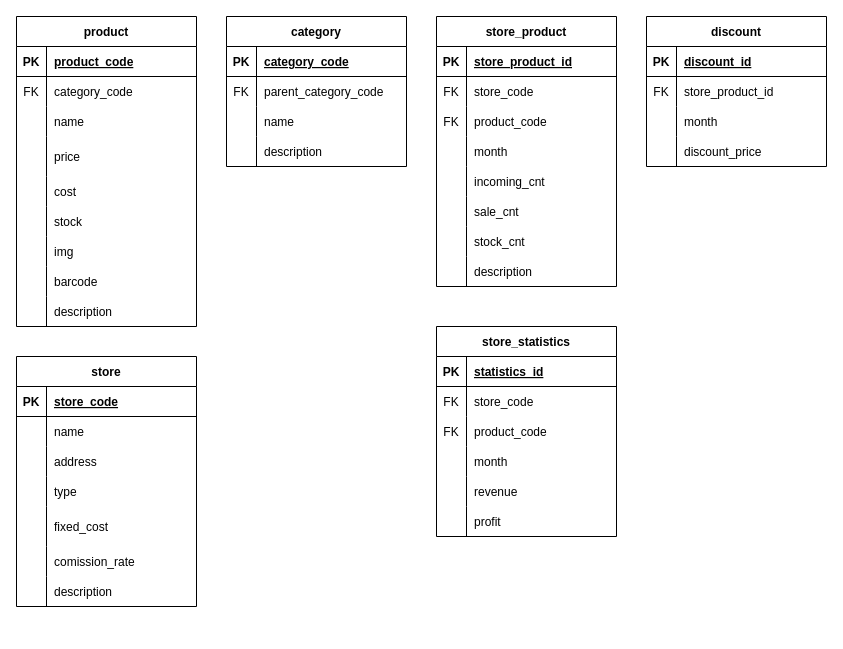
This is database/ERD.drawio from JoshRyu/logistics, a draw.io file, before an edit. Source tidied: cells renumbered, new cells numbered last; positions are measured from the earlier drawing's top-left corner, leaving out a move shared by most shapes. Both pictures are drawn from the tidied source at 100%, with x=0, y=0 at pixel (16, 16).
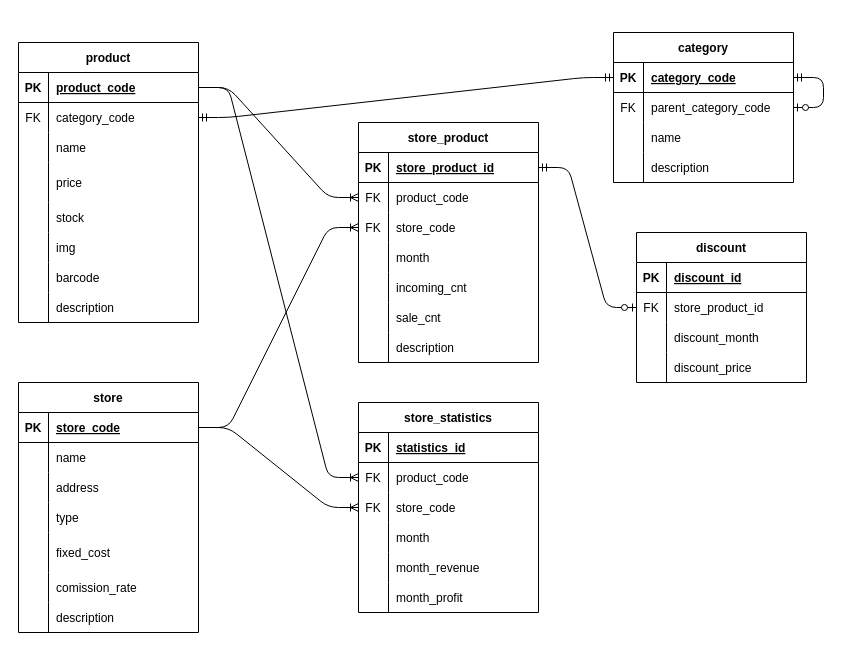
The same page after the edit.

Commit message (it also covers changes not shown here):
[docs] update ERD and readme of ERD (add pk-fk lines)

Unchanged cells that the change refers to:
```xml
<mxCell id="3" style="shape=tableRow;horizontal=0;startSize=0;swimlaneHead=0;swimlaneBody=0;fillColor=none;points=[[0,0.5],[1,0.5]];portConstraint=eastwest;top=0;left=0;right=0;bottom=1;" parent="2" vertex="1">
  <mxGeometry y="30" width="180" height="30" as="geometry" />
</mxCell>
<mxCell id="6" style="shape=tableRow;horizontal=0;startSize=0;swimlaneHead=0;swimlaneBody=0;fillColor=none;points=[[0,0.5],[1,0.5]];portConstraint=eastwest;top=0;left=0;right=0;bottom=0;" parent="2" vertex="1">
  <mxGeometry y="60" width="180" height="30" as="geometry" />
</mxCell>
<mxCell id="31" style="shape=tableRow;horizontal=0;startSize=0;swimlaneHead=0;swimlaneBody=0;fillColor=none;points=[[0,0.5],[1,0.5]];portConstraint=eastwest;top=0;left=0;right=0;bottom=1;" parent="30" vertex="1">
  <mxGeometry y="30" width="180" height="30" as="geometry" />
</mxCell>
<mxCell id="34" style="shape=tableRow;horizontal=0;startSize=0;swimlaneHead=0;swimlaneBody=0;fillColor=none;points=[[0,0.5],[1,0.5]];portConstraint=eastwest;top=0;left=0;right=0;bottom=0;" parent="30" vertex="1">
  <mxGeometry y="60" width="180" height="30" as="geometry" />
</mxCell>
<mxCell id="44" style="shape=tableRow;horizontal=0;startSize=0;swimlaneHead=0;swimlaneBody=0;fillColor=none;points=[[0,0.5],[1,0.5]];portConstraint=eastwest;top=0;left=0;right=0;bottom=1;" parent="43" vertex="1">
  <mxGeometry y="30" width="180" height="30" as="geometry" />
</mxCell>
<mxCell id="66" style="shape=tableRow;horizontal=0;startSize=0;swimlaneHead=0;swimlaneBody=0;fillColor=none;points=[[0,0.5],[1,0.5]];portConstraint=eastwest;top=0;left=0;right=0;bottom=1;" parent="65" vertex="1">
  <mxGeometry y="30" width="180" height="30" as="geometry" />
</mxCell>
<mxCell id="116" style="shape=tableRow;horizontal=0;startSize=0;swimlaneHead=0;swimlaneBody=0;fillColor=none;top=0;left=0;right=0;bottom=0;" parent="103" vertex="1">
  <mxGeometry y="150" width="180" height="30" as="geometry" />
</mxCell>
<mxCell id="119" style="shape=tableRow;horizontal=0;startSize=0;swimlaneHead=0;swimlaneBody=0;fillColor=none;top=0;left=0;right=0;bottom=0;" parent="103" vertex="1">
  <mxGeometry y="180" width="180" height="30" as="geometry" />
</mxCell>
```

What changed in the source:
```diff
@@
     <mxCell id="2" value="product" style="shape=table;startSize=30;childLayout=tableLayout;rowLines=0;fontStyle=1;align=center;" parent="1" vertex="1">
-      <mxGeometry width="180" height="310" as="geometry" />
+      <mxGeometry x="2" y="26" width="180" height="280" as="geometry" />
     </mxCell>
@@
-    <mxCell id="15" style="shape=tableRow;horizontal=0;startSize=0;swimlaneHead=0;swimlaneBody=0;fillColor=none;top=0;left=0;right=0;bottom=0;" parent="2" vertex="1">
-      <mxGeometry y="160" width="180" height="30" as="geometry" />
-    </mxCell>
-    <mxCell id="16" style="shape=partialRectangle;fillColor=none;top=0;left=0;bottom=0;right=0;overflow=hidden;" parent="15" vertex="1">
-      <mxGeometry width="30" height="30" as="geometry" />
-    </mxCell>
-    <mxCell id="17" value="cost" style="shape=partialRectangle;fillColor=none;top=0;left=0;bottom=0;right=0;align=left;spacingLeft=6;overflow=hidden;" parent="15" vertex="1">
-      <mxGeometry x="30" width="150" height="30" as="geometry" />
-    </mxCell>
     <mxCell id="18" style="shape=tableRow;horizontal=0;startSize=0;swimlaneHead=0;swimlaneBody=0;fillColor=none;top=0;left=0;right=0;bottom=0;" parent="2" vertex="1">
-      <mxGeometry y="190" width="180" height="30" as="geometry" />
+      <mxGeometry y="160" width="180" height="30" as="geometry" />
     </mxCell>
@@
     <mxCell id="21" style="shape=tableRow;horizontal=0;startSize=0;swimlaneHead=0;swimlaneBody=0;fillColor=none;top=0;left=0;right=0;bottom=0;" parent="2" vertex="1">
-      <mxGeometry y="220" width="180" height="30" as="geometry" />
+      <mxGeometry y="190" width="180" height="30" as="geometry" />
     </mxCell>
@@
     <mxCell id="24" style="shape=tableRow;horizontal=0;startSize=0;swimlaneHead=0;swimlaneBody=0;fillColor=none;top=0;left=0;right=0;bottom=0;" parent="2" vertex="1">
-      <mxGeometry y="250" width="180" height="30" as="geometry" />
+      <mxGeometry y="220" width="180" height="30" as="geometry" />
     </mxCell>
@@
     <mxCell id="27" style="shape=tableRow;horizontal=0;startSize=0;swimlaneHead=0;swimlaneBody=0;fillColor=none;top=0;left=0;right=0;bottom=0;" parent="2" vertex="1">
-      <mxGeometry y="280" width="180" height="30" as="geometry" />
+      <mxGeometry y="250" width="180" height="30" as="geometry" />
     </mxCell>
@@
     <mxCell id="30" value="category" style="shape=table;startSize=30;childLayout=tableLayout;rowLines=0;fontStyle=1;align=center;" parent="1" vertex="1">
-      <mxGeometry x="210" width="180" height="150" as="geometry" />
+      <mxGeometry x="597" y="16" width="180" height="150" as="geometry" />
     </mxCell>
@@
+    <mxCell id="122" style="edgeStyle=entityRelationEdgeStyle;fontSize=12;html=1;endArrow=ERzeroToOne;startArrow=ERmandOne;" parent="30" edge="1" source="31" target="34">
+      <mxGeometry relative="1" as="geometry" />
+    </mxCell>
     <mxCell id="43" value="store" style="shape=table;startSize=30;childLayout=tableLayout;rowLines=0;fontStyle=1;align=center;" parent="1" vertex="1">
-      <mxGeometry y="340" width="180" height="250" as="geometry" />
+      <mxGeometry x="2" y="366" width="180" height="250" as="geometry" />
     </mxCell>
@@
     <mxCell id="65" value="store_product" style="shape=table;startSize=30;childLayout=tableLayout;rowLines=0;fontStyle=1;align=center;" parent="1" vertex="1">
-      <mxGeometry x="420" width="180" height="270" as="geometry" />
+      <mxGeometry x="342" y="106" width="180" height="240" as="geometry" />
     </mxCell>
@@
+    <mxCell id="72" style="shape=tableRow;horizontal=0;startSize=0;swimlaneHead=0;swimlaneBody=0;fillColor=none;points=[[0,0.5],[1,0.5]];portConstraint=eastwest;top=0;left=0;right=0;bottom=0;" parent="65" vertex="1">
+      <mxGeometry y="60" width="180" height="30" as="geometry" />
+    </mxCell>
+    <mxCell id="73" value="FK" style="shape=partialRectangle;fillColor=none;top=0;left=0;bottom=0;right=0;overflow=hidden;" parent="72" vertex="1">
+      <mxGeometry width="30" height="30" as="geometry" />
+    </mxCell>
+    <mxCell id="74" value="product_code" style="shape=partialRectangle;fillColor=none;top=0;left=0;bottom=0;right=0;align=left;spacingLeft=6;overflow=hidden;" parent="72" vertex="1">
+      <mxGeometry x="30" width="150" height="30" as="geometry" />
+    </mxCell>
     <mxCell id="69" style="shape=tableRow;horizontal=0;startSize=0;swimlaneHead=0;swimlaneBody=0;fillColor=none;points=[[0,0.5],[1,0.5]];portConstraint=eastwest;top=0;left=0;right=0;bottom=0;" parent="65" vertex="1">
-      <mxGeometry y="60" width="180" height="30" as="geometry" />
+      <mxGeometry y="90" width="180" height="30" as="geometry" />
     </mxCell>
@@
-    <mxCell id="72" style="shape=tableRow;horizontal=0;startSize=0;swimlaneHead=0;swimlaneBody=0;fillColor=none;points=[[0,0.5],[1,0.5]];portConstraint=eastwest;top=0;left=0;right=0;bottom=0;" parent="65" vertex="1">
-      <mxGeometry y="90" width="180" height="30" as="geometry" />
-    </mxCell>
-    <mxCell id="73" value="FK" style="shape=partialRectangle;fillColor=none;top=0;left=0;bottom=0;right=0;overflow=hidden;" parent="72" vertex="1">
-      <mxGeometry width="30" height="30" as="geometry" />
-    </mxCell>
-    <mxCell id="74" value="product_code" style="shape=partialRectangle;fillColor=none;top=0;left=0;bottom=0;right=0;align=left;spacingLeft=6;overflow=hidden;" parent="72" vertex="1">
-      <mxGeometry x="30" width="150" height="30" as="geometry" />
-    </mxCell>
@@
-    <mxCell id="84" style="shape=tableRow;horizontal=0;startSize=0;swimlaneHead=0;swimlaneBody=0;fillColor=none;top=0;left=0;right=0;bottom=0;" parent="65" vertex="1">
-      <mxGeometry y="210" width="180" height="30" as="geometry" />
-    </mxCell>
-    <mxCell id="85" style="shape=partialRectangle;fillColor=none;top=0;left=0;bottom=0;right=0;overflow=hidden;" parent="84" vertex="1">
-      <mxGeometry width="30" height="30" as="geometry" />
-    </mxCell>
-    <mxCell id="86" value="stock_cnt" style="shape=partialRectangle;fillColor=none;top=0;left=0;bottom=0;right=0;align=left;spacingLeft=6;overflow=hidden;" parent="84" vertex="1">
-      <mxGeometry x="30" width="150" height="30" as="geometry" />
-    </mxCell>
     <mxCell id="87" style="shape=tableRow;horizontal=0;startSize=0;swimlaneHead=0;swimlaneBody=0;fillColor=none;top=0;left=0;right=0;bottom=0;" parent="65" vertex="1">
-      <mxGeometry y="240" width="180" height="30" as="geometry" />
+      <mxGeometry y="210" width="180" height="30" as="geometry" />
     </mxCell>
@@
     <mxCell id="90" value="discount" style="shape=table;startSize=30;childLayout=tableLayout;rowLines=0;fontStyle=1;align=center;" parent="1" vertex="1">
-      <mxGeometry x="630" width="180" height="150" as="geometry" />
+      <mxGeometry x="620" y="216" width="170" height="150" as="geometry" />
     </mxCell>
     <mxCell id="91" style="shape=tableRow;horizontal=0;startSize=0;swimlaneHead=0;swimlaneBody=0;fillColor=none;top=0;left=0;right=0;bottom=1;" parent="90" vertex="1">
-      <mxGeometry y="30" width="180" height="30" as="geometry" />
+      <mxGeometry y="30" width="170" height="30" as="geometry" />
     </mxCell>
@@
     <mxCell id="93" value="discount_id" style="shape=partialRectangle;fillColor=none;top=0;left=0;bottom=0;right=0;align=left;spacingLeft=6;fontStyle=5;overflow=hidden;" parent="91" vertex="1">
-      <mxGeometry x="30" width="150" height="30" as="geometry" />
+      <mxGeometry x="30" width="140" height="30" as="geometry" />
     </mxCell>
     <mxCell id="94" style="shape=tableRow;horizontal=0;startSize=0;swimlaneHead=0;swimlaneBody=0;fillColor=none;points=[[0,0.5],[1,0.5]];portConstraint=eastwest;top=0;left=0;right=0;bottom=0;" parent="90" vertex="1">
-      <mxGeometry y="60" width="180" height="30" as="geometry" />
+      <mxGeometry y="60" width="170" height="30" as="geometry" />
     </mxCell>
@@
     <mxCell id="96" value="store_product_id" style="shape=partialRectangle;fillColor=none;top=0;left=0;bottom=0;right=0;align=left;spacingLeft=6;overflow=hidden;" parent="94" vertex="1">
-      <mxGeometry x="30" width="150" height="30" as="geometry" />
+      <mxGeometry x="30" width="140" height="30" as="geometry" />
     </mxCell>
     <mxCell id="97" style="shape=tableRow;horizontal=0;startSize=0;swimlaneHead=0;swimlaneBody=0;fillColor=none;top=0;left=0;right=0;bottom=0;" parent="90" vertex="1">
-      <mxGeometry y="90" width="180" height="30" as="geometry" />
+      <mxGeometry y="90" width="170" height="30" as="geometry" />
     </mxCell>
@@
-    <mxCell id="99" value="month" style="shape=partialRectangle;fillColor=none;top=0;left=0;bottom=0;right=0;align=left;spacingLeft=6;overflow=hidden;" parent="97" vertex="1">
-      <mxGeometry x="30" width="150" height="30" as="geometry" />
+    <mxCell id="99" value="discount_month" style="shape=partialRectangle;fillColor=none;top=0;left=0;bottom=0;right=0;align=left;spacingLeft=6;overflow=hidden;" parent="97" vertex="1">
+      <mxGeometry x="30" width="140" height="30" as="geometry" />
     </mxCell>
     <mxCell id="100" style="shape=tableRow;horizontal=0;startSize=0;swimlaneHead=0;swimlaneBody=0;fillColor=none;top=0;left=0;right=0;bottom=0;" parent="90" vertex="1">
-      <mxGeometry y="120" width="180" height="30" as="geometry" />
+      <mxGeometry y="120" width="170" height="30" as="geometry" />
     </mxCell>
@@
     <mxCell id="102" value="discount_price" style="shape=partialRectangle;fillColor=none;top=0;left=0;bottom=0;right=0;align=left;spacingLeft=6;overflow=hidden;" parent="100" vertex="1">
-      <mxGeometry x="30" width="150" height="30" as="geometry" />
+      <mxGeometry x="30" width="140" height="30" as="geometry" />
     </mxCell>
     <mxCell id="103" value="store_statistics" style="shape=table;startSize=30;childLayout=tableLayout;rowLines=0;fontStyle=1;align=center;" parent="1" vertex="1">
-      <mxGeometry x="420" y="310" width="180" height="210" as="geometry" />
+      <mxGeometry x="342" y="386" width="180" height="210" as="geometry" />
     </mxCell>
@@
+    <mxCell id="110" style="shape=tableRow;horizontal=0;startSize=0;swimlaneHead=0;swimlaneBody=0;fillColor=none;points=[[0,0.5],[1,0.5]];portConstraint=eastwest;top=0;left=0;right=0;bottom=0;" parent="103" vertex="1">
+      <mxGeometry y="60" width="180" height="30" as="geometry" />
+    </mxCell>
+    <mxCell id="111" value="FK" style="shape=partialRectangle;fillColor=none;top=0;left=0;bottom=0;right=0;overflow=hidden;" parent="110" vertex="1">
+      <mxGeometry width="30" height="30" as="geometry" />
+    </mxCell>
+    <mxCell id="112" value="product_code" style="shape=partialRectangle;fillColor=none;top=0;left=0;bottom=0;right=0;align=left;spacingLeft=6;overflow=hidden;" parent="110" vertex="1">
+      <mxGeometry x="30" width="150" height="30" as="geometry" />
+    </mxCell>
     <mxCell id="107" style="shape=tableRow;horizontal=0;startSize=0;swimlaneHead=0;swimlaneBody=0;fillColor=none;points=[[0,0.5],[1,0.5]];portConstraint=eastwest;top=0;left=0;right=0;bottom=0;" parent="103" vertex="1">
-      <mxGeometry y="60" width="180" height="30" as="geometry" />
+      <mxGeometry y="90" width="180" height="30" as="geometry" />
     </mxCell>
@@
-    <mxCell id="110" style="shape=tableRow;horizontal=0;startSize=0;swimlaneHead=0;swimlaneBody=0;fillColor=none;points=[[0,0.5],[1,0.5]];portConstraint=eastwest;top=0;left=0;right=0;bottom=0;" parent="103" vertex="1">
-      <mxGeometry y="90" width="180" height="30" as="geometry" />
-    </mxCell>
-    <mxCell id="111" value="FK" style="shape=partialRectangle;fillColor=none;top=0;left=0;bottom=0;right=0;overflow=hidden;" parent="110" vertex="1">
-      <mxGeometry width="30" height="30" as="geometry" />
-    </mxCell>
-    <mxCell id="112" value="product_code" style="shape=partialRectangle;fillColor=none;top=0;left=0;bottom=0;right=0;align=left;spacingLeft=6;overflow=hidden;" parent="110" vertex="1">
-      <mxGeometry x="30" width="150" height="30" as="geometry" />
-    </mxCell>
@@
-    <mxCell id="118" value="revenue" style="shape=partialRectangle;fillColor=none;top=0;left=0;bottom=0;right=0;align=left;spacingLeft=6;overflow=hidden;" parent="116" vertex="1">
+    <mxCell id="118" value="month_revenue" style="shape=partialRectangle;fillColor=none;top=0;left=0;bottom=0;right=0;align=left;spacingLeft=6;overflow=hidden;" parent="116" vertex="1">
       <mxGeometry x="30" width="150" height="30" as="geometry" />
     </mxCell>
@@
-    <mxCell id="121" value="profit" style="shape=partialRectangle;fillColor=none;top=0;left=0;bottom=0;right=0;align=left;spacingLeft=6;overflow=hidden;" parent="119" vertex="1">
+    <mxCell id="121" value="month_profit" style="shape=partialRectangle;fillColor=none;top=0;left=0;bottom=0;right=0;align=left;spacingLeft=6;overflow=hidden;" parent="119" vertex="1">
       <mxGeometry x="30" width="150" height="30" as="geometry" />
     </mxCell>
+    <mxCell id="123" style="edgeStyle=entityRelationEdgeStyle;fontSize=12;html=1;endArrow=ERoneToMany;" parent="1" edge="1" source="3" target="72">
+      <mxGeometry relative="1" as="geometry" />
+    </mxCell>
+    <mxCell id="124" style="edgeStyle=entityRelationEdgeStyle;fontSize=12;html=1;endArrow=ERoneToMany;" parent="1" edge="1" source="44" target="69">
+      <mxGeometry relative="1" as="geometry" />
+    </mxCell>
+    <mxCell id="125" style="edgeStyle=entityRelationEdgeStyle;fontSize=12;html=1;endArrow=ERmandOne;startArrow=ERmandOne;" parent="1" edge="1" source="6" target="31">
+      <mxGeometry relative="1" as="geometry" />
+    </mxCell>
+    <mxCell id="126" style="edgeStyle=entityRelationEdgeStyle;fontSize=12;html=1;endArrow=ERoneToMany;" parent="1" edge="1" source="44" target="107">
+      <mxGeometry relative="1" as="geometry" />
+    </mxCell>
+    <mxCell id="127" style="edgeStyle=entityRelationEdgeStyle;fontSize=12;html=1;endArrow=ERoneToMany;entryX=0;entryY=0.5;entryDx=0;entryDy=0;" parent="1" edge="1" source="3" target="110">
+      <mxGeometry relative="1" as="geometry" />
+    </mxCell>
+    <mxCell id="128" style="edgeStyle=entityRelationEdgeStyle;fontSize=12;html=1;endArrow=ERzeroToOne;startArrow=ERmandOne;" parent="1" edge="1" source="66" target="94">
+      <mxGeometry relative="1" as="geometry" />
+    </mxCell>
```
